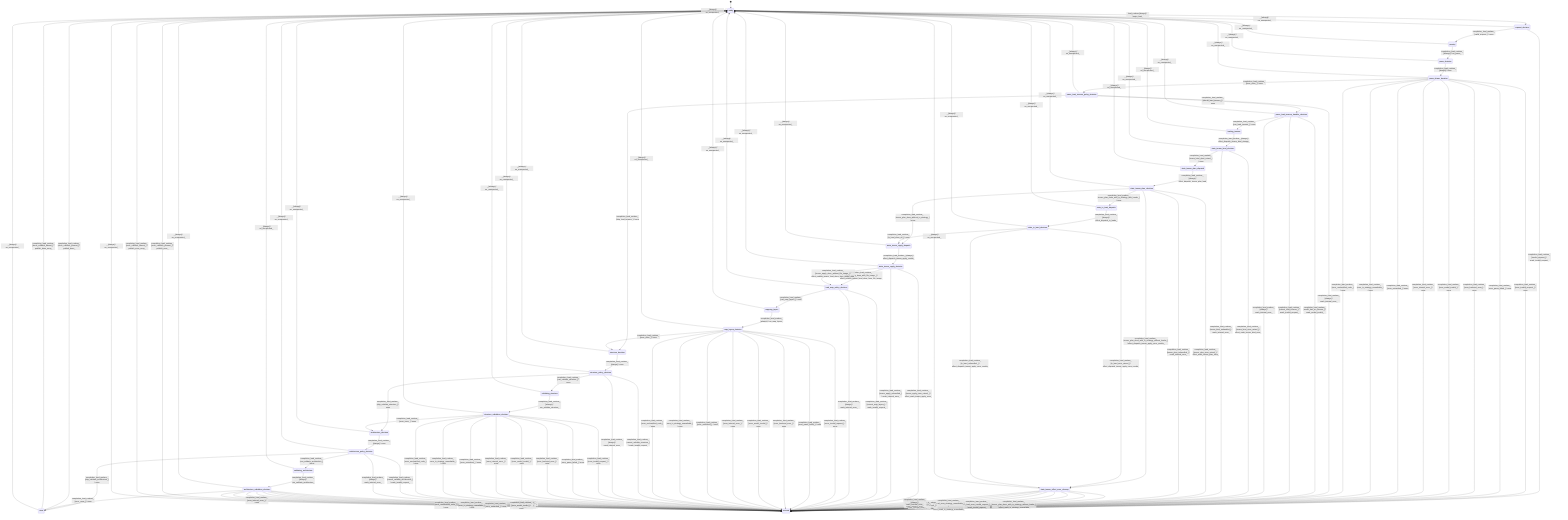
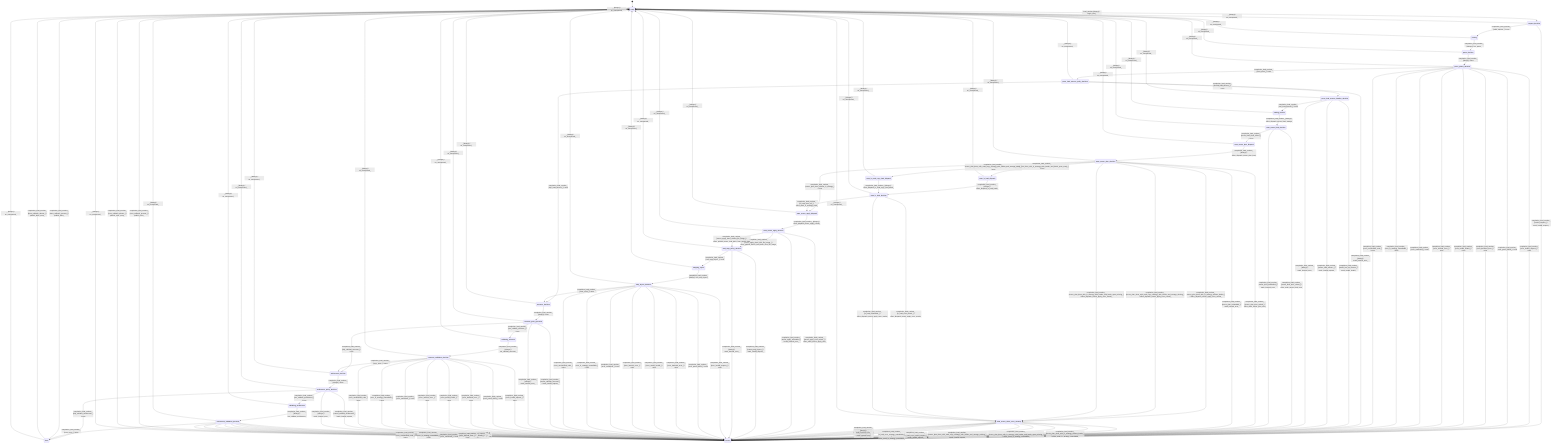
stateDiagram-v2
  direction TB
  [*] --> ready
  ready --> request_decision : load_runtime [always] / begin_load_
  request_decision --> parsing : completion_load_runtime_ [valid_request_] / none
  request_decision --> errored : completion_load_runtime_ [invalid_request_] / mark_invalid_request_
  parsing --> parse_decision : completion_load_runtime_ [always] / run_parse_
  parse_decision --> parse_phase_decision : completion_load_runtime_ [always] / none
  parse_phase_decision --> parse_load_tensors_policy_decision : completion_load_runtime_ [error_none_] / none
  parse_phase_decision --> errored : completion_load_runtime_ [error_invalid_request_] / none
  parse_phase_decision --> errored : completion_load_runtime_ [error_parse_failed_] / none
  parse_phase_decision --> errored : completion_load_runtime_ [error_backend_error_] / none
  parse_phase_decision --> errored : completion_load_runtime_ [error_model_invalid_] / none
  parse_phase_decision --> errored : completion_load_runtime_ [error_internal_error_] / none
  parse_phase_decision --> errored : completion_load_runtime_ [error_untracked_] / none
  parse_phase_decision --> errored : completion_load_runtime_ [error_io_strategy_unavailable_] / none
  parse_phase_decision --> errored : completion_load_runtime_ [error_unclassified_code_] / none
  parse_load_tensors_policy_decision --> parse_load_tensors_handler_decision : completion_load_runtime_ [should_load_tensors_] / none
  parse_load_tensors_policy_decision --> structure_decision : completion_load_runtime_ [skip_load_tensors_] / none
  parse_load_tensors_policy_decision --> errored : completion_load_runtime_ [always] / mark_internal_error_
  parse_load_tensors_handler_decision --> loading_tensors : completion_load_runtime_ [can_load_tensors_] / none
  parse_load_tensors_handler_decision --> errored : completion_load_runtime_ [model_has_no_tensors_] / mark_model_invalid_
  parse_load_tensors_handler_decision --> errored : completion_load_runtime_ [cannot_load_tensors_] / mark_invalid_request_
  parse_load_tensors_handler_decision --> errored : completion_load_runtime_ [always] / mark_internal_error_
  loading_tensors --> state_tensor_bind_decision : completion_load_runtime_ [always] / effect_dispatch_tensor_bind_storage_
  state_tensor_bind_decision --> state_tensor_plan_dispatch : completion_load_runtime_ [tensor_bind_done_raised_] / none
  state_tensor_bind_decision --> errored : completion_load_runtime_ [tensor_bind_error_raised_] / effect_mark_tensor_bind_error_
  state_tensor_bind_decision --> errored : completion_load_runtime_ [tensor_bind_unhandled_] / mark_internal_error_
  state_tensor_plan_dispatch --> state_tensor_plan_decision : completion_load_runtime_ [always] / effect_dispatch_tensor_plan_load_
  state_tensor_plan_decision --> state_tensor_apply_dispatch : completion_load_runtime_ [tensor_plan_done_without_io_strategy_] / none
  state_tensor_plan_decision --> state_tensor_effect_error_cleanup : completion_load_runtime_ [tensor_plan_done_with_io_strategy_without_loader_] / effect_dispatch_tensor_apply_error_results_
-   state_tensor_plan_decision --> state_io_load_dispatch : completion_load_runtime_ [tensor_plan_done_with_io_strategy_with_loader_] / none
+   state_tensor_plan_decision --> state_io_load_dispatch : completion_load_runtime_ [tensor_plan_done_with_io_strategy_with_loader_and_batch_span_ready_] / none
+   state_tensor_plan_decision --> state_io_read_copy_load_dispatch : completion_load_runtime_ [tensor_plan_done_with_read_copy_strategy_with_loader_and_storage_ready_] / none
+   state_tensor_plan_decision --> state_tensor_effect_error_cleanup : completion_load_runtime_ [tensor_plan_done_with_read_copy_strategy_with_loader_and_storage_missing_] / effect_dispatch_tensor_apply_error_results_
+   state_tensor_plan_decision --> state_tensor_effect_error_cleanup : completion_load_runtime_ [tensor_plan_done_with_io_strategy_with_loader_and_batch_span_missing_] / effect_dispatch_tensor_apply_error_results_
  state_tensor_plan_decision --> errored : completion_load_runtime_ [tensor_plan_error_raised_] / effect_mark_tensor_plan_error_
  state_tensor_plan_decision --> errored : completion_load_runtime_ [tensor_plan_unhandled_] / mark_internal_error_
-   state_io_load_dispatch --> state_io_load_decision : completion_load_runtime_ [always] / effect_dispatch_io_loads_
-   state_io_load_decision --> state_tensor_apply_dispatch : completion_load_runtime_ [io_load_done_all_] / none
+   state_io_load_dispatch --> state_io_load_decision : completion_load_runtime_ [always] / effect_dispatch_io_load_batch_
+   state_io_read_copy_load_dispatch --> state_io_load_decision : completion_load_runtime_ [always] / effect_dispatch_io_read_copy_load_batch_
+   state_io_load_decision --> state_tensor_apply_dispatch : completion_load_runtime_ [io_load_done_all_] / effect_mark_io_strategy_used_
  state_io_load_decision --> state_tensor_effect_error_cleanup : completion_load_runtime_ [io_load_error_raised_] / effect_dispatch_tensor_apply_error_results_
  state_io_load_decision --> state_tensor_effect_error_cleanup : completion_load_runtime_ [io_load_unhandled_] / effect_dispatch_tensor_apply_error_results_
  state_tensor_effect_error_cleanup --> errored : completion_load_runtime_ [tensor_plan_done_with_io_strategy_without_loader_] / effect_mark_io_strategy_unavailable_
+   state_tensor_effect_error_cleanup --> errored : completion_load_runtime_ [tensor_plan_done_with_io_strategy_with_loader_and_batch_span_missing_] / effect_mark_io_strategy_unavailable_
+   state_tensor_effect_error_cleanup --> errored : completion_load_runtime_ [tensor_plan_done_with_read_copy_strategy_with_loader_and_storage_missing_] / mark_invalid_request_
  state_tensor_effect_error_cleanup --> errored : completion_load_runtime_ [io_load_error_invalid_request_] / mark_invalid_request_
  state_tensor_effect_error_cleanup --> errored : completion_load_runtime_ [io_load_error_strategy_unavailable_] / effect_mark_io_strategy_unavailable_
  state_tensor_effect_error_cleanup --> errored : completion_load_runtime_ [io_load_error_internal_] / mark_internal_error_
  state_tensor_effect_error_cleanup --> errored : completion_load_runtime_ [io_load_error_untracked_] / mark_untracked_
  state_tensor_effect_error_cleanup --> errored : completion_load_runtime_ [io_load_error_unclassified_] / mark_internal_error_
  state_tensor_effect_error_cleanup --> errored : completion_load_runtime_ [io_load_unhandled_] / mark_internal_error_
  state_tensor_effect_error_cleanup --> errored : completion_load_runtime_ [always] / mark_internal_error_
  state_tensor_apply_dispatch --> state_tensor_apply_decision : completion_load_runtime_ [always] / effect_dispatch_tensor_apply_results_
  state_tensor_apply_decision --> load_map_policy_decision : completion_load_runtime_ [tensor_apply_done_with_file_image_] / effect_publish_tensor_load_done_from_file_image_
  state_tensor_apply_decision --> load_map_policy_decision : completion_load_runtime_ [tensor_apply_done_without_file_image_] / effect_publish_tensor_load_done_from_model_data_
  state_tensor_apply_decision --> errored : completion_load_runtime_ [tensor_apply_error_raised_] / effect_mark_tensor_apply_error_
  state_tensor_apply_decision --> errored : completion_load_runtime_ [tensor_apply_unhandled_] / mark_internal_error_
  load_map_policy_decision --> mapping_layers : completion_load_runtime_ [can_map_layers_] / none
  load_map_policy_decision --> errored : completion_load_runtime_ [cannot_map_layers_] / mark_invalid_request_
  load_map_policy_decision --> errored : completion_load_runtime_ [always] / mark_internal_error_
  mapping_layers --> map_layers_decision : completion_load_runtime_ [always] / run_map_layers_
  map_layers_decision --> structure_decision : completion_load_runtime_ [error_none_] / none
  map_layers_decision --> errored : completion_load_runtime_ [error_invalid_request_] / none
  map_layers_decision --> errored : completion_load_runtime_ [error_parse_failed_] / none
  map_layers_decision --> errored : completion_load_runtime_ [error_backend_error_] / none
  map_layers_decision --> errored : completion_load_runtime_ [error_model_invalid_] / none
  map_layers_decision --> errored : completion_load_runtime_ [error_internal_error_] / none
  map_layers_decision --> errored : completion_load_runtime_ [error_untracked_] / none
  map_layers_decision --> errored : completion_load_runtime_ [error_io_strategy_unavailable_] / none
  map_layers_decision --> errored : completion_load_runtime_ [error_unclassified_code_] / none
  structure_decision --> structure_policy_decision : completion_load_runtime_ [always] / none
  structure_policy_decision --> architecture_decision : completion_load_runtime_ [skip_validate_structure_] / none
  structure_policy_decision --> validating_structure : completion_load_runtime_ [can_validate_structure_] / none
  structure_policy_decision --> errored : completion_load_runtime_ [cannot_validate_structure_] / mark_invalid_request_
  structure_policy_decision --> errored : completion_load_runtime_ [always] / mark_internal_error_
  validating_structure --> structure_validation_decision : completion_load_runtime_ [always] / run_validate_structure_
  structure_validation_decision --> architecture_decision : completion_load_runtime_ [error_none_] / none
  structure_validation_decision --> errored : completion_load_runtime_ [error_invalid_request_] / none
  structure_validation_decision --> errored : completion_load_runtime_ [error_parse_failed_] / none
  structure_validation_decision --> errored : completion_load_runtime_ [error_backend_error_] / none
  structure_validation_decision --> errored : completion_load_runtime_ [error_model_invalid_] / none
  structure_validation_decision --> errored : completion_load_runtime_ [error_internal_error_] / none
  structure_validation_decision --> errored : completion_load_runtime_ [error_untracked_] / none
  structure_validation_decision --> errored : completion_load_runtime_ [error_io_strategy_unavailable_] / none
  structure_validation_decision --> errored : completion_load_runtime_ [error_unclassified_code_] / none
  architecture_decision --> architecture_policy_decision : completion_load_runtime_ [always] / none
  architecture_policy_decision --> done : completion_load_runtime_ [skip_validate_architecture_] / none
  architecture_policy_decision --> validating_architecture : completion_load_runtime_ [can_validate_architecture_] / none
  architecture_policy_decision --> errored : completion_load_runtime_ [cannot_validate_architecture_] / mark_invalid_request_
  architecture_policy_decision --> errored : completion_load_runtime_ [always] / mark_internal_error_
  validating_architecture --> architecture_validation_decision : completion_load_runtime_ [always] / run_validate_architecture_
  architecture_validation_decision --> done : completion_load_runtime_ [error_none_] / none
  architecture_validation_decision --> errored : completion_load_runtime_ [error_invalid_request_] / none
  architecture_validation_decision --> errored : completion_load_runtime_ [error_parse_failed_] / none
  architecture_validation_decision --> errored : completion_load_runtime_ [error_backend_error_] / none
  architecture_validation_decision --> errored : completion_load_runtime_ [error_model_invalid_] / none
  architecture_validation_decision --> errored : completion_load_runtime_ [error_internal_error_] / none
  architecture_validation_decision --> errored : completion_load_runtime_ [error_untracked_] / none
  architecture_validation_decision --> errored : completion_load_runtime_ [error_io_strategy_unavailable_] / none
  architecture_validation_decision --> errored : completion_load_runtime_ [error_unclassified_code_] / none
  done --> ready : completion_load_runtime_ [done_callback_present_] / publish_done_
  done --> ready : completion_load_runtime_ [done_callback_absent_] / publish_done_noop_
  errored --> ready : completion_load_runtime_ [error_callback_present_] / publish_error_
  errored --> ready : completion_load_runtime_ [error_callback_absent_] / publish_error_noop_
  ready --> ready : _ [always] / on_unexpected_
  request_decision --> ready : _ [always] / on_unexpected_
  parsing --> ready : _ [always] / on_unexpected_
  parse_decision --> ready : _ [always] / on_unexpected_
  parse_phase_decision --> ready : _ [always] / on_unexpected_
  parse_load_tensors_policy_decision --> ready : _ [always] / on_unexpected_
  parse_load_tensors_handler_decision --> ready : _ [always] / on_unexpected_
  loading_tensors --> ready : _ [always] / on_unexpected_
  state_tensor_bind_decision --> ready : _ [always] / on_unexpected_
  state_tensor_plan_dispatch --> ready : _ [always] / on_unexpected_
  state_tensor_plan_decision --> ready : _ [always] / on_unexpected_
  state_io_load_dispatch --> ready : _ [always] / on_unexpected_
+   state_io_read_copy_load_dispatch --> ready : _ [always] / on_unexpected_
  state_io_load_decision --> ready : _ [always] / on_unexpected_
  state_tensor_effect_error_cleanup --> ready : _ [always] / on_unexpected_
  state_tensor_apply_dispatch --> ready : _ [always] / on_unexpected_
  state_tensor_apply_decision --> ready : _ [always] / on_unexpected_
  load_map_policy_decision --> ready : _ [always] / on_unexpected_
  mapping_layers --> ready : _ [always] / on_unexpected_
  map_layers_decision --> ready : _ [always] / on_unexpected_
  structure_decision --> ready : _ [always] / on_unexpected_
  structure_policy_decision --> ready : _ [always] / on_unexpected_
  validating_structure --> ready : _ [always] / on_unexpected_
  structure_validation_decision --> ready : _ [always] / on_unexpected_
  architecture_decision --> ready : _ [always] / on_unexpected_
  architecture_policy_decision --> ready : _ [always] / on_unexpected_
  validating_architecture --> ready : _ [always] / on_unexpected_
  architecture_validation_decision --> ready : _ [always] / on_unexpected_
  done --> ready : _ [always] / on_unexpected_
  errored --> ready : _ [always] / on_unexpected_
